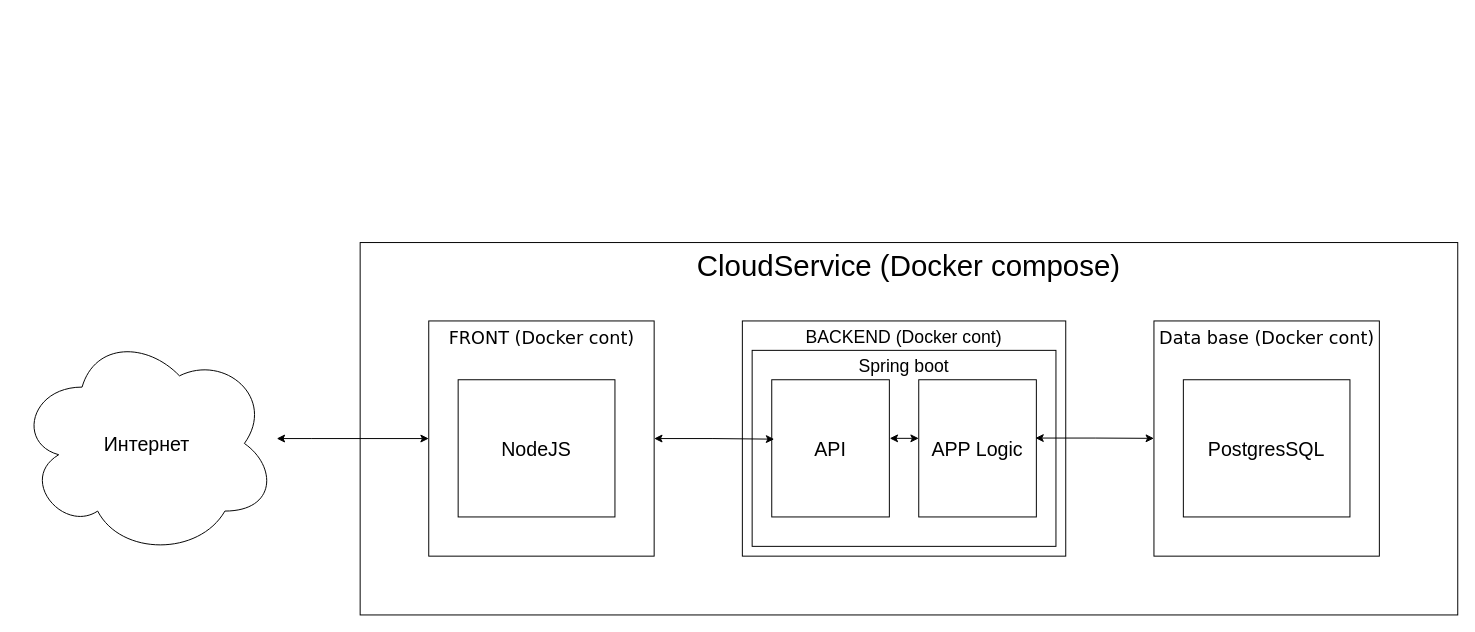
Earlier version of the draw.io diagram documentation/Cloudservice schema.drawio (Sonic51888/DiplomCloudService). Source tidied: cells renumbered, new cells numbered last; positions are measured from the earlier drawing's top-left corner, leaving out a move shared by most shapes. Both pictures are drawn from the tidied source at 98%, with x=0, y=0 at pixel (17, 242).
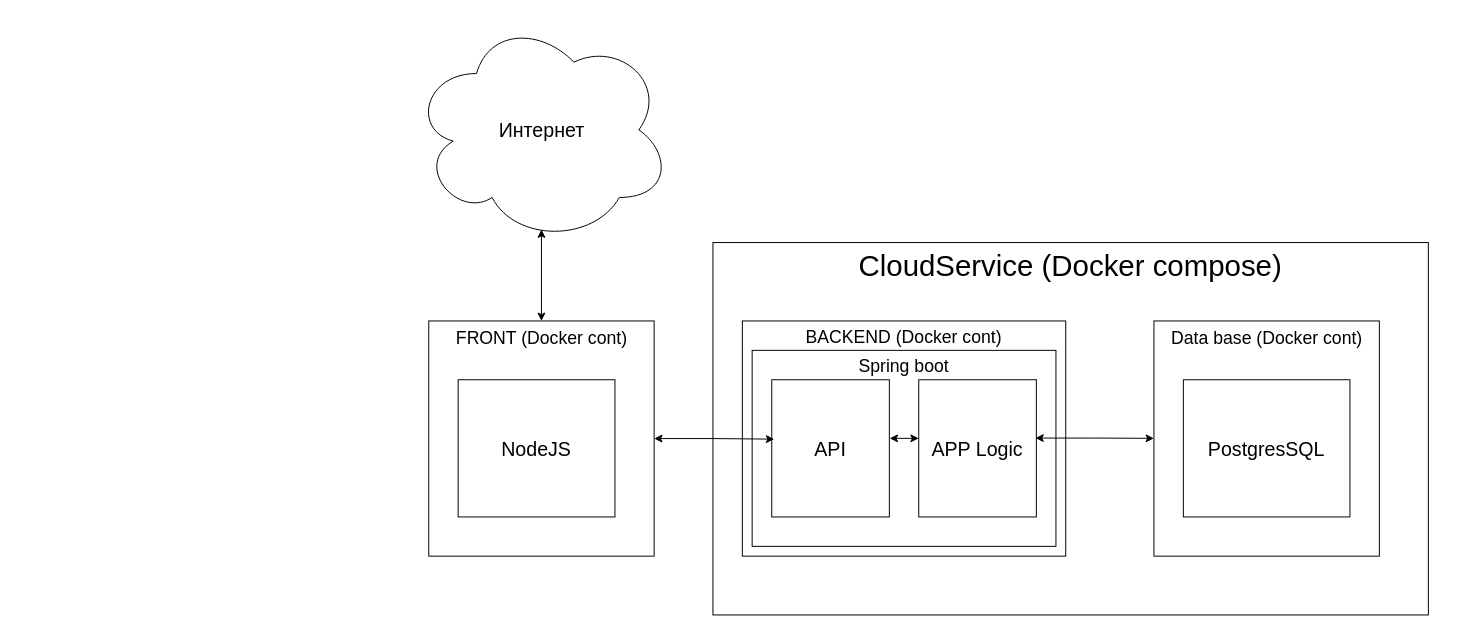
After the change.

What changed in the source:
```diff
@@
 <mxGraphModel>
   <root>
     <mxCell id="0" />
     <mxCell id="1" parent="0" />
     <mxCell id="2" value="&lt;font style=&quot;font-size: 20px;&quot;&gt;Интернет&lt;/font&gt;" style="ellipse;shape=cloud;whiteSpace=wrap;html=1;" parent="1" vertex="1">
-      <mxGeometry y="90" width="265" height="230" as="geometry" />
+      <mxGeometry x="402.5" y="-230" width="265" height="230" as="geometry" />
     </mxCell>
     <mxCell id="3" value="CloudService (Docker compose)" style="rounded=0;whiteSpace=wrap;html=1;verticalAlign=top;fontSize=30;" parent="1" vertex="1">
-      <mxGeometry x="350" width="1120" height="380" as="geometry" />
+      <mxGeometry x="710" width="730" height="380" as="geometry" />
     </mxCell>
+    <mxCell id="16" style="edgeStyle=orthogonalEdgeStyle;rounded=0;jettySize=auto;html=1;entryX=0.5;entryY=0.942;entryDx=0;entryDy=0;entryPerimeter=0;startArrow=classic;startFill=1;" parent="1" edge="1" source="4" target="2">
+      <mxGeometry relative="1" as="geometry" />
+    </mxCell>
-    <mxCell id="4" value="FRONT (Docker cont)" style="html=1;rounded=0;shadow=0;comic=0;labelBackgroundColor=none;strokeWidth=1;fontFamily=Verdana;fontSize=18;align=center;verticalAlign=top;" parent="1" vertex="1">
+    <mxCell id="4" value="&lt;font face=&quot;Helvetica&quot;&gt;FRONT (Docker cont)&lt;/font&gt;" style="html=1;rounded=0;shadow=0;comic=0;labelBackgroundColor=none;strokeWidth=1;fontFamily=Verdana;fontSize=18;align=center;verticalAlign=top;" parent="1" vertex="1">
       <mxGeometry x="420" y="80" width="230" height="240" as="geometry" />
     </mxCell>
     <mxCell id="5" value="BACKEND (Docker cont)" style="rounded=0;whiteSpace=wrap;html=1;verticalAlign=top;fontSize=18;" parent="1" vertex="1">
       <mxGeometry x="740" y="80" width="330" height="240" as="geometry" />
     </mxCell>
-    <mxCell id="6" value="Data base (Docker cont)" style="html=1;rounded=0;shadow=0;comic=0;labelBackgroundColor=none;strokeWidth=1;fontFamily=Verdana;fontSize=18;align=center;verticalAlign=top;" parent="1" vertex="1">
+    <mxCell id="6" value="&lt;font face=&quot;Helvetica&quot;&gt;Data base (Docker cont)&lt;/font&gt;" style="html=1;rounded=0;shadow=0;comic=0;labelBackgroundColor=none;strokeWidth=1;fontFamily=Verdana;fontSize=18;align=center;verticalAlign=top;" parent="1" vertex="1">
       <mxGeometry x="1160" y="80" width="230" height="240" as="geometry" />
     </mxCell>
     <mxCell id="7" value="Spring boot" style="rounded=0;whiteSpace=wrap;html=1;verticalAlign=top;fontSize=18;" parent="1" vertex="1">
       <mxGeometry x="750" y="110" width="310" height="200" as="geometry" />
     </mxCell>
     <mxCell id="8" style="edgeStyle=orthogonalEdgeStyle;rounded=0;jettySize=auto;html=1;startArrow=classic;startFill=1;exitX=1.003;exitY=0.427;exitDx=0;exitDy=0;exitPerimeter=0;entryX=0;entryY=0.432;entryDx=0;entryDy=0;entryPerimeter=0;" parent="1" edge="1" source="9" target="11">
       <mxGeometry relative="1" as="geometry" />
     </mxCell>
     <mxCell id="9" value="API" style="rounded=0;whiteSpace=wrap;html=1;fontSize=20;" parent="1" vertex="1">
       <mxGeometry x="770" y="140" width="120" height="140" as="geometry" />
     </mxCell>
     <mxCell id="10" value="NodeJS" style="rounded=0;whiteSpace=wrap;html=1;fontSize=20;" parent="1" vertex="1">
       <mxGeometry x="450" y="140" width="160" height="140" as="geometry" />
     </mxCell>
     <mxCell id="11" value="APP Logic" style="rounded=0;whiteSpace=wrap;html=1;fontSize=20;" parent="1" vertex="1">
       <mxGeometry x="920" y="140" width="120" height="140" as="geometry" />
     </mxCell>
     <mxCell id="12" value="PostgresSQL" style="rounded=0;whiteSpace=wrap;html=1;fontSize=20;" parent="1" vertex="1">
       <mxGeometry x="1190" y="140" width="170" height="140" as="geometry" />
     </mxCell>
-    <mxCell id="13" style="edgeStyle=orthogonalEdgeStyle;rounded=0;jettySize=auto;html=1;entryX=0;entryY=0.5;entryDx=0;entryDy=0;startArrow=classic;startFill=1;" parent="1" edge="1" source="2" target="4">
-      <mxGeometry relative="1" as="geometry">
-        <Array as="points">
-          <mxPoint x="300" y="200" />
-          <mxPoint x="300" y="200" />
-        </Array>
-      </mxGeometry>
-    </mxCell>
     <mxCell id="14" style="edgeStyle=orthogonalEdgeStyle;rounded=0;jettySize=auto;html=1;entryX=0.021;entryY=0.433;entryDx=0;entryDy=0;entryPerimeter=0;startArrow=classic;startFill=1;" parent="1" edge="1" source="4" target="9">
       <mxGeometry relative="1" as="geometry" />
     </mxCell>
     <mxCell id="15" style="edgeStyle=orthogonalEdgeStyle;rounded=0;jettySize=auto;html=1;startArrow=classic;startFill=1;exitX=0.992;exitY=0.425;exitDx=0;exitDy=0;exitPerimeter=0;" parent="1" edge="1" source="11">
       <mxGeometry relative="1" as="geometry">
         <mxPoint x="1160" y="199.8" as="targetPoint" />
       </mxGeometry>
     </mxCell>
   </root>
 </mxGraphModel>
```
